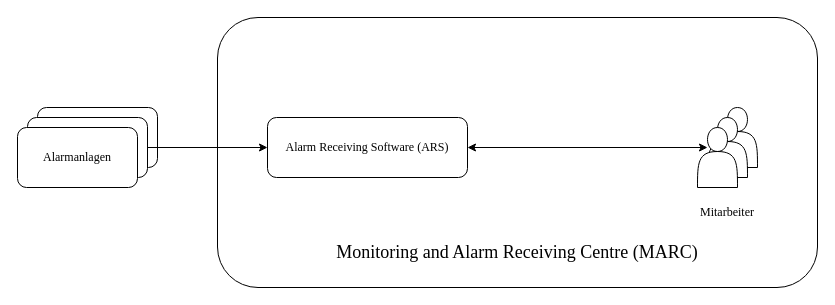
JadKHaddad/MT keeps this draw.io diagram as drawio/marc_simple.drawio. Above is the earlier version. Source tidied: cells renumbered, new cells numbered last; positions are measured from the earlier drawing's top-left corner, leaving out a move shared by most shapes. Both pictures are drawn from the tidied source at 100%, with x=0, y=0 at pixel (17, 17).
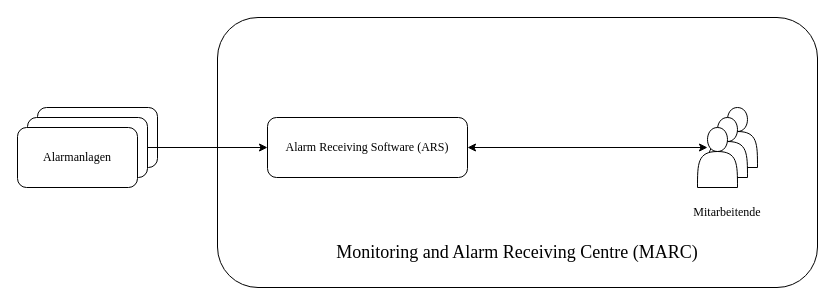
Above is the later version.

Change to the diagram source:
```diff
@@
 <mxGraphModel>
   <root>
     <mxCell id="0" />
     <mxCell id="1" parent="0" />
     <mxCell id="2" style="rounded=1;whiteSpace=wrap;html=1;labelPosition=center;verticalLabelPosition=middle;align=center;verticalAlign=middle;fontFamily=Times New Roman;" parent="1" vertex="1">
       <mxGeometry x="200" width="600" height="270" as="geometry" />
     </mxCell>
     <mxCell id="3" style="rounded=1;whiteSpace=wrap;html=1;fontFamily=Times New Roman;" parent="1" vertex="1">
       <mxGeometry x="20" y="90" width="120" height="60" as="geometry" />
     </mxCell>
     <mxCell id="4" style="edgeStyle=orthogonalEdgeStyle;rounded=0;jettySize=auto;html=1;exitX=1;exitY=0.5;exitDx=0;exitDy=0;fontFamily=Times New Roman;" parent="1" edge="1" source="5" target="7">
       <mxGeometry relative="1" as="geometry" />
     </mxCell>
     <mxCell id="5" style="rounded=1;whiteSpace=wrap;html=1;fontFamily=Times New Roman;" parent="1" vertex="1">
       <mxGeometry x="10" y="100" width="120" height="60" as="geometry" />
     </mxCell>
     <mxCell id="6" value="Alarmanlagen" style="rounded=1;whiteSpace=wrap;html=1;fontFamily=Times New Roman;" parent="1" vertex="1">
       <mxGeometry y="110" width="120" height="60" as="geometry" />
     </mxCell>
     <mxCell id="7" value="Alarm Receiving Software (ARS)" style="rounded=1;whiteSpace=wrap;html=1;fontFamily=Times New Roman;" parent="1" vertex="1">
       <mxGeometry x="250" y="100" width="200" height="60" as="geometry" />
     </mxCell>
     <mxCell id="8" value="&lt;font style=&quot;font-size: 18px;&quot;&gt;Monitoring and Alarm Receiving Centre (MARC)&lt;/font&gt;" style="text;html=1;whiteSpace=wrap;strokeColor=none;fillColor=none;align=center;verticalAlign=middle;rounded=0;fontFamily=Times New Roman;" parent="1" vertex="1">
       <mxGeometry x="274" y="220" width="452" height="30" as="geometry" />
     </mxCell>
     <mxCell id="9" style="shape=actor;whiteSpace=wrap;html=1;fontFamily=Times New Roman;" parent="1" vertex="1">
       <mxGeometry x="700" y="90" width="40" height="60" as="geometry" />
     </mxCell>
     <mxCell id="10" style="edgeStyle=orthogonalEdgeStyle;rounded=0;jettySize=auto;html=1;startArrow=classic;startFill=1;fontFamily=Times New Roman;" parent="1" edge="1" source="11" target="7">
       <mxGeometry relative="1" as="geometry" />
     </mxCell>
     <mxCell id="11" style="shape=actor;whiteSpace=wrap;html=1;fontFamily=Times New Roman;" parent="1" vertex="1">
       <mxGeometry x="690" y="100" width="40" height="60" as="geometry" />
     </mxCell>
     <mxCell id="12" style="shape=actor;whiteSpace=wrap;html=1;fontFamily=Times New Roman;" parent="1" vertex="1">
       <mxGeometry x="680" y="110" width="40" height="60" as="geometry" />
     </mxCell>
-    <mxCell id="13" value="Mitarbeiter" style="text;html=1;whiteSpace=wrap;strokeColor=none;fillColor=none;align=center;verticalAlign=middle;rounded=0;fontFamily=Times New Roman;" parent="1" vertex="1">
+    <mxCell id="13" value="Mitarbeitende" style="text;html=1;whiteSpace=wrap;strokeColor=none;fillColor=none;align=center;verticalAlign=middle;rounded=0;fontFamily=Times New Roman;" parent="1" vertex="1">
       <mxGeometry x="660" y="180" width="100" height="30" as="geometry" />
     </mxCell>
   </root>
 </mxGraphModel>
```
